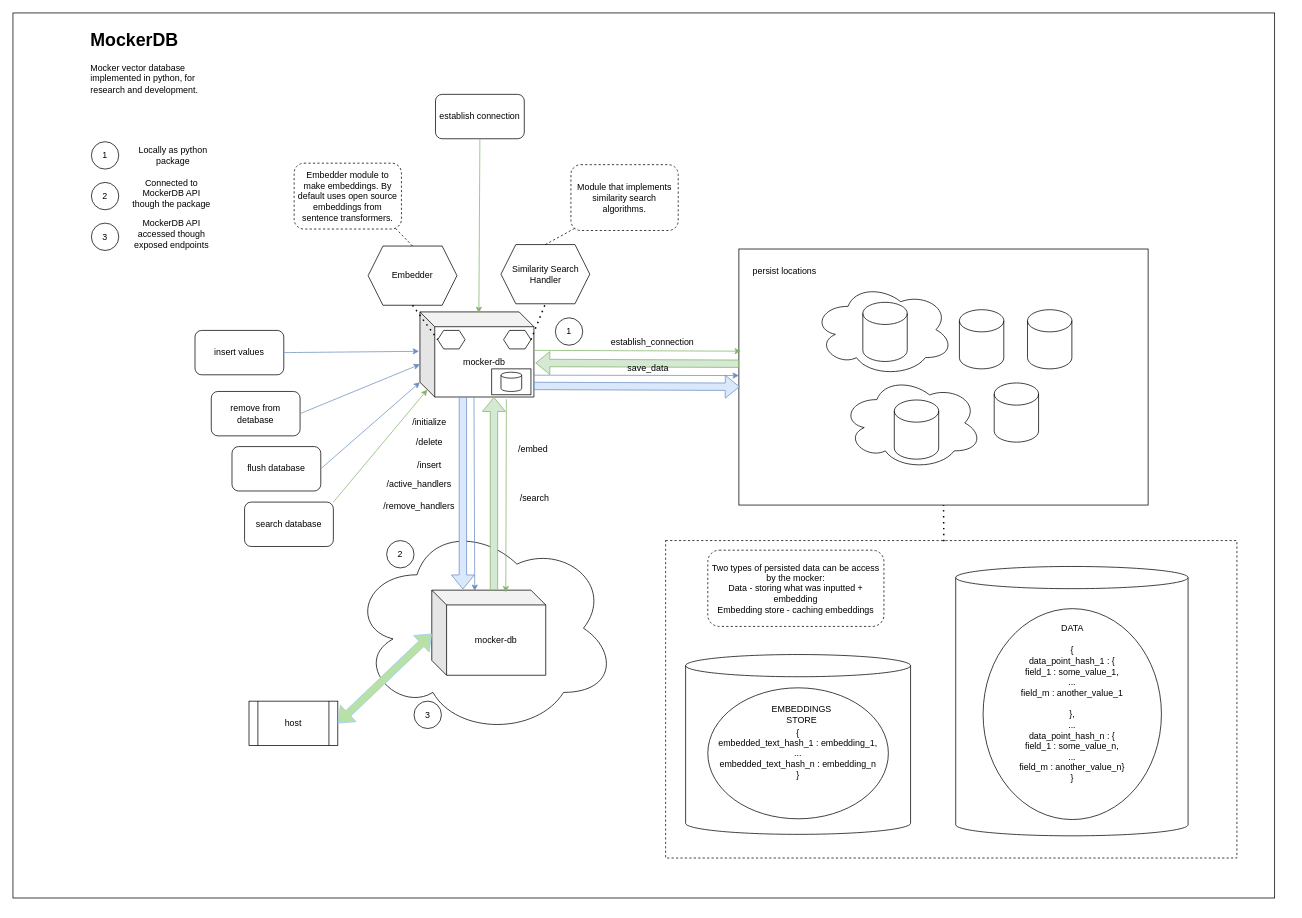
Above: drawio/mocker_db.drawio in Kiril-Mordan/reusables (draw.io), before the change. Source tidied: cells renumbered, new cells numbered last; positions are measured from the earlier drawing's top-left corner, leaving out a move shared by most shapes. Both pictures are drawn from the tidied source at 74%, with x=0, y=0 at pixel (13, 13).
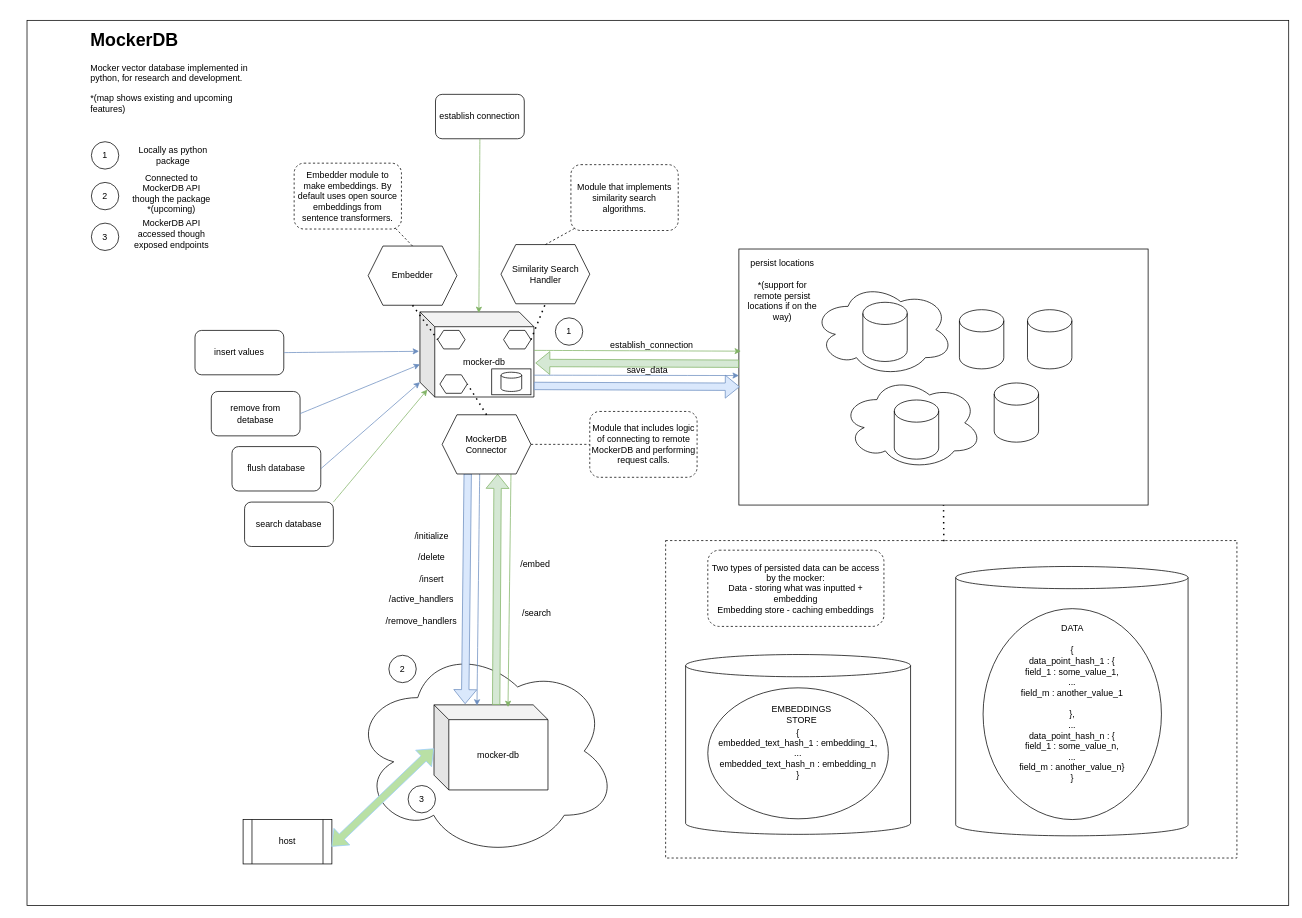
After the change.

Commit message (it also covers changes not shown here):
[FEAT] release notes so far for mockerdb

Unchanged cells that the change refers to:
```xml
<mxCell id="15" value="mocker-db" style="shape=cube;whiteSpace=wrap;html=1;boundedLbl=1;backgroundOutline=1;darkOpacity=0.05;darkOpacity2=0.1;" parent="1" vertex="1">
  <mxGeometry x="550" y="404" width="154" height="115" as="geometry" />
</mxCell>
```

Change to the diagram source:
```diff
@@
     <mxCell id="2" style="rounded=0;whiteSpace=wrap;html=1;" parent="1" vertex="1">
-      <mxGeometry width="1705" height="1196" as="geometry" />
+      <mxGeometry x="19" y="10" width="1705" height="1196" as="geometry" />
     </mxCell>
@@
-    <mxCell id="23" value="persist locations" style="text;html=1;align=center;verticalAlign=middle;whiteSpace=wrap;rounded=0;" parent="1" vertex="1">
-      <mxGeometry x="994" y="332" width="98" height="33" as="geometry" />
+    <mxCell id="23" value="persist locations&lt;br&gt;&lt;br&gt;*(support for remote persist locations if on the way)" style="text;html=1;align=center;verticalAlign=middle;whiteSpace=wrap;rounded=0;" parent="1" vertex="1">
+      <mxGeometry x="991" y="358" width="98" height="33" as="geometry" />
     </mxCell>
@@
     <mxCell id="28" value="establish_connection" style="text;html=1;align=center;verticalAlign=middle;whiteSpace=wrap;rounded=0;" parent="1" vertex="1">
-      <mxGeometry x="806" y="429" width="117" height="31" as="geometry" />
+      <mxGeometry x="805" y="433" width="117" height="31" as="geometry" />
     </mxCell>
@@
     <mxCell id="31" value="save_data" style="text;html=1;align=center;verticalAlign=middle;whiteSpace=wrap;rounded=0;" parent="1" vertex="1">
-      <mxGeometry x="800" y="464" width="117" height="31" as="geometry" />
+      <mxGeometry x="799" y="467" width="117" height="31" as="geometry" />
     </mxCell>
@@
     <mxCell id="34" style="ellipse;shape=cloud;whiteSpace=wrap;html=1;" parent="1" vertex="1">
-      <mxGeometry x="456" y="687" width="360" height="289" as="geometry" />
+      <mxGeometry x="457" y="853" width="360" height="289" as="geometry" />
     </mxCell>
     <mxCell id="35" value="mocker-db" style="shape=cube;whiteSpace=wrap;html=1;boundedLbl=1;backgroundOutline=1;darkOpacity=0.05;darkOpacity2=0.1;" parent="1" vertex="1">
-      <mxGeometry x="566" y="780" width="154" height="115" as="geometry" />
+      <mxGeometry x="569" y="935" width="154" height="115" as="geometry" />
     </mxCell>
@@
     <mxCell id="37" value="2" style="ellipse;whiteSpace=wrap;html=1;" parent="1" vertex="1">
-      <mxGeometry x="505" y="713" width="37" height="37" as="geometry" />
+      <mxGeometry x="508" y="868" width="37" height="37" as="geometry" />
     </mxCell>
-    <mxCell id="38" style="curved=1;endArrow=classic;html=1;rounded=0;exitX=0.61;exitY=1;exitDx=0;exitDy=0;exitPerimeter=0;fillColor=#d5e8d4;strokeColor=#82b366;" parent="1" edge="1">
+    <mxCell id="38" style="curved=1;endArrow=classic;html=1;rounded=0;fillColor=#d5e8d4;strokeColor=#82b366;exitX=0.775;exitY=0.994;exitDx=0;exitDy=0;exitPerimeter=0;" parent="1" edge="1" source="75">
       <mxGeometry relative="1" as="geometry">
-        <mxPoint x="666.8" y="522" as="sourcePoint" />
-        <mxPoint x="666" y="783" as="targetPoint" />
+        <mxPoint x="669" y="938" as="targetPoint" />
       </mxGeometry>
     </mxCell>
-    <mxCell id="39" style="shape=flexArrow;endArrow=classic;html=1;rounded=0;exitX=0.377;exitY=1;exitDx=0;exitDy=0;exitPerimeter=0;fillColor=#dae8fc;strokeColor=#6c8ebf;entryX=0.273;entryY=-0.009;entryDx=0;entryDy=0;entryPerimeter=0;" parent="1" edge="1" source="15" target="35">
+    <mxCell id="39" style="shape=flexArrow;endArrow=classic;html=1;rounded=0;exitX=0.288;exitY=0.994;exitDx=0;exitDy=0;exitPerimeter=0;fillColor=#dae8fc;strokeColor=#6c8ebf;entryX=0.273;entryY=-0.009;entryDx=0;entryDy=0;entryPerimeter=0;" parent="1" edge="1" source="75" target="35">
       <mxGeometry relative="1" as="geometry" />
     </mxCell>
-    <mxCell id="40" style="curved=1;endArrow=classic;html=1;rounded=0;entryX=0.377;entryY=0.009;entryDx=0;entryDy=0;entryPerimeter=0;exitX=0.474;exitY=0.991;exitDx=0;exitDy=0;exitPerimeter=0;fillColor=#dae8fc;strokeColor=#6c8ebf;" parent="1" edge="1" source="15" target="35">
+    <mxCell id="40" style="curved=1;endArrow=classic;html=1;rounded=0;entryX=0.377;entryY=0.009;entryDx=0;entryDy=0;entryPerimeter=0;exitX=0.423;exitY=0.975;exitDx=0;exitDy=0;fillColor=#dae8fc;strokeColor=#6c8ebf;exitPerimeter=0;" parent="1" edge="1" source="75" target="35">
       <mxGeometry relative="1" as="geometry" />
     </mxCell>
-    <mxCell id="41" style="shape=flexArrow;endArrow=classic;html=1;rounded=0;fillColor=#d5e8d4;strokeColor=#82b366;entryX=0;entryY=0;entryDx=87;entryDy=115;entryPerimeter=0;" parent="1" edge="1">
+    <mxCell id="41" style="shape=flexArrow;endArrow=classic;html=1;rounded=0;fillColor=#d5e8d4;strokeColor=#82b366;entryX=0.625;entryY=1;entryDx=0;entryDy=0;" parent="1" edge="1" target="75">
       <mxGeometry relative="1" as="geometry">
-        <mxPoint x="650" y="780" as="sourcePoint" />
-        <mxPoint x="650" y="519" as="targetPoint" />
+        <mxPoint x="653" y="935" as="sourcePoint" />
       </mxGeometry>
     </mxCell>
     <mxCell id="42" value="/search" style="text;html=1;align=center;verticalAlign=middle;whiteSpace=wrap;rounded=0;" parent="1" vertex="1">
-      <mxGeometry x="675" y="641" width="60" height="30" as="geometry" />
+      <mxGeometry x="678" y="796" width="60" height="30" as="geometry" />
     </mxCell>
     <mxCell id="43" value="/insert" style="text;html=1;align=center;verticalAlign=middle;whiteSpace=wrap;rounded=0;" parent="1" vertex="1">
-      <mxGeometry x="533" y="596" width="60" height="30" as="geometry" />
+      <mxGeometry x="536" y="751" width="60" height="30" as="geometry" />
     </mxCell>
     <mxCell id="44" value="/initialize" style="text;html=1;align=center;verticalAlign=middle;whiteSpace=wrap;rounded=0;" parent="1" vertex="1">
-      <mxGeometry x="533" y="538" width="60" height="30" as="geometry" />
+      <mxGeometry x="536" y="693" width="60" height="30" as="geometry" />
     </mxCell>
     <mxCell id="45" value="/embed" style="text;html=1;align=center;verticalAlign=middle;whiteSpace=wrap;rounded=0;" parent="1" vertex="1">
-      <mxGeometry x="673" y="575" width="60" height="30" as="geometry" />
+      <mxGeometry x="676" y="730" width="60" height="30" as="geometry" />
     </mxCell>
     <mxCell id="46" value="/delete" style="text;html=1;align=center;verticalAlign=middle;whiteSpace=wrap;rounded=0;" parent="1" vertex="1">
-      <mxGeometry x="533" y="566" width="60" height="30" as="geometry" />
+      <mxGeometry x="536" y="721" width="60" height="30" as="geometry" />
     </mxCell>
     <mxCell id="47" value="/active_handlers" style="text;html=1;align=center;verticalAlign=middle;whiteSpace=wrap;rounded=0;" parent="1" vertex="1">
-      <mxGeometry x="519" y="622" width="60" height="30" as="geometry" />
+      <mxGeometry x="522" y="777" width="60" height="30" as="geometry" />
     </mxCell>
     <mxCell id="48" value="/remove_handlers" style="text;html=1;align=center;verticalAlign=middle;whiteSpace=wrap;rounded=0;" parent="1" vertex="1">
-      <mxGeometry x="519" y="652" width="60" height="30" as="geometry" />
+      <mxGeometry x="522" y="807" width="60" height="30" as="geometry" />
     </mxCell>
@@
-    <mxCell id="55" value="&lt;h1&gt;MockerDB&lt;/h1&gt;&lt;p&gt;Mocker vector database implemented in python, for research and development.&lt;br&gt;&lt;/p&gt;" style="text;html=1;spacing=5;spacingTop=-20;whiteSpace=wrap;overflow=hidden;rounded=0;" parent="1" vertex="1">
-      <mxGeometry x="100" y="17" width="190" height="120" as="geometry" />
+    <mxCell id="55" value="&lt;h1&gt;MockerDB&lt;/h1&gt;&lt;p&gt;Mocker vector database implemented in python, for research and development.&lt;br&gt;&lt;/p&gt;&lt;p&gt;*(map shows existing and upcoming features)&lt;/p&gt;" style="text;html=1;spacing=5;spacingTop=-20;whiteSpace=wrap;overflow=hidden;rounded=0;" parent="1" vertex="1">
+      <mxGeometry x="100" y="17" width="228" height="132" as="geometry" />
     </mxCell>
@@
-    <mxCell id="57" value="Connected to MockerDB API though the package" style="text;html=1;align=center;verticalAlign=middle;whiteSpace=wrap;rounded=0;" parent="1" vertex="1">
+    <mxCell id="57" value="Connected to MockerDB API though the package *(upcoming)" style="text;html=1;align=center;verticalAlign=middle;whiteSpace=wrap;rounded=0;" parent="1" vertex="1">
       <mxGeometry x="159" y="229" width="111" height="30" as="geometry" />
     </mxCell>
@@
     <mxCell id="60" value="3" style="ellipse;whiteSpace=wrap;html=1;" parent="1" vertex="1">
-      <mxGeometry x="542" y="930" width="37" height="37" as="geometry" />
+      <mxGeometry x="534" y="1044" width="37" height="37" as="geometry" />
     </mxCell>
     <mxCell id="61" value="host" style="shape=process;whiteSpace=wrap;html=1;backgroundOutline=1;" parent="1" vertex="1">
-      <mxGeometry x="319" y="930" width="120" height="60" as="geometry" />
+      <mxGeometry x="311" y="1090" width="120" height="60" as="geometry" />
     </mxCell>
-    <mxCell id="62" style="shape=flexArrow;endArrow=classic;startArrow=classic;html=1;rounded=0;entryX=0;entryY=0.513;entryDx=0;entryDy=0;entryPerimeter=0;strokeColor=#99CCFF;fillColor=#B9E0A5;exitX=1;exitY=0.5;exitDx=0;exitDy=0;" parent="1" edge="1" source="61" target="35">
+    <mxCell id="62" style="shape=flexArrow;endArrow=classic;startArrow=classic;html=1;rounded=0;entryX=0;entryY=0.513;entryDx=0;entryDy=0;entryPerimeter=0;strokeColor=#99CCFF;fillColor=#B9E0A5;exitX=0.995;exitY=0.61;exitDx=0;exitDy=0;exitPerimeter=0;" parent="1" edge="1" source="61" target="35">
       <mxGeometry relative="1" as="geometry" />
     </mxCell>
@@
+    <mxCell id="75" value="MockerDB &lt;br&gt;Connector" style="shape=hexagon;perimeter=hexagonPerimeter2;whiteSpace=wrap;html=1;fixedSize=1;" parent="1" vertex="1">
+      <mxGeometry x="580" y="543" width="120" height="80" as="geometry" />
+    </mxCell>
+    <mxCell id="76" style="shape=hexagon;perimeter=hexagonPerimeter2;whiteSpace=wrap;html=1;fixedSize=1;size=8;" parent="1" vertex="1">
+      <mxGeometry x="577" y="489" width="37" height="25" as="geometry" />
+    </mxCell>
+    <mxCell id="77" style="endArrow=none;dashed=1;html=1;dashPattern=1 3;strokeWidth=2;rounded=0;exitX=0.5;exitY=0;exitDx=0;exitDy=0;entryX=1;entryY=0.5;entryDx=0;entryDy=0;" parent="1" edge="1" source="75" target="76">
+      <mxGeometry relative="1" as="geometry" />
+    </mxCell>
+    <mxCell id="78" style="endArrow=none;dashed=1;html=1;rounded=0;entryX=0;entryY=0.5;entryDx=0;entryDy=0;exitX=1;exitY=0.5;exitDx=0;exitDy=0;" parent="1" edge="1" source="75" target="79">
+      <mxGeometry relative="1" as="geometry" />
+    </mxCell>
+    <mxCell id="79" value="Module that includes logic of connecting to remote MockerDB and performing request calls." style="rounded=1;whiteSpace=wrap;html=1;dashed=1;" parent="1" vertex="1">
+      <mxGeometry x="779.5" y="538.5" width="145" height="89" as="geometry" />
+    </mxCell>
```
